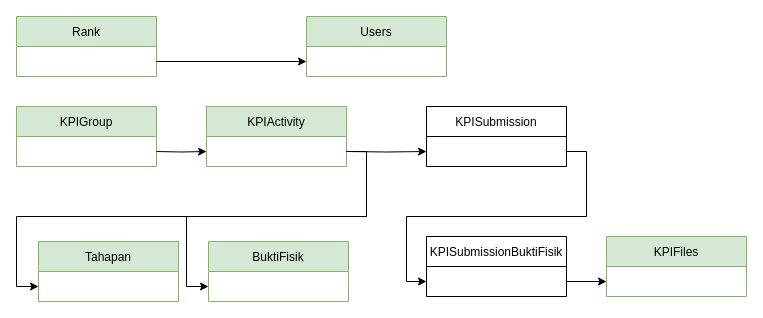
This is page "PDMScrapped" (2 of 5) of Diagrams.drawio from FaisZ/KPISystem, a draw.io file, before an edit. Source tidied: cells renumbered, new cells numbered last; positions are measured from the earlier drawing's top-left corner, leaving out a move shared by most shapes. Both pictures are drawn from the tidied source at 100%, with x=0, y=0 at pixel (16, 16).
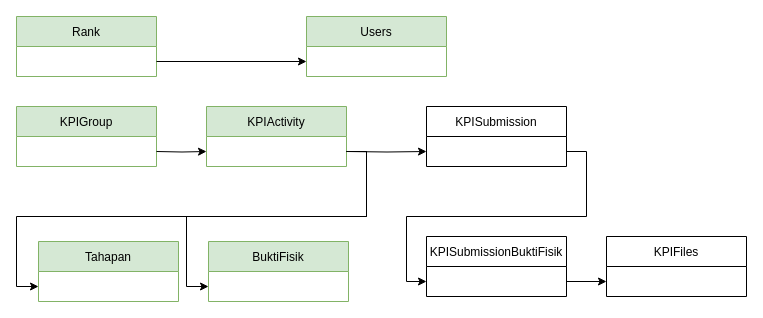
The same diagram, later.

What changed in the source:
```diff
@@
-    <mxCell id="8" value="KPIFiles" style="swimlane;fontStyle=0;horizontal=1;startSize=30;fillColor=#d5e8d4;strokeColor=#82b366;" parent="1" vertex="1">
+    <mxCell id="8" value="KPIFiles" style="swimlane;fontStyle=0;horizontal=1;startSize=30;" parent="1" vertex="1">
       <mxGeometry x="590" y="220" width="140" height="60" as="geometry" />
     </mxCell>
```
